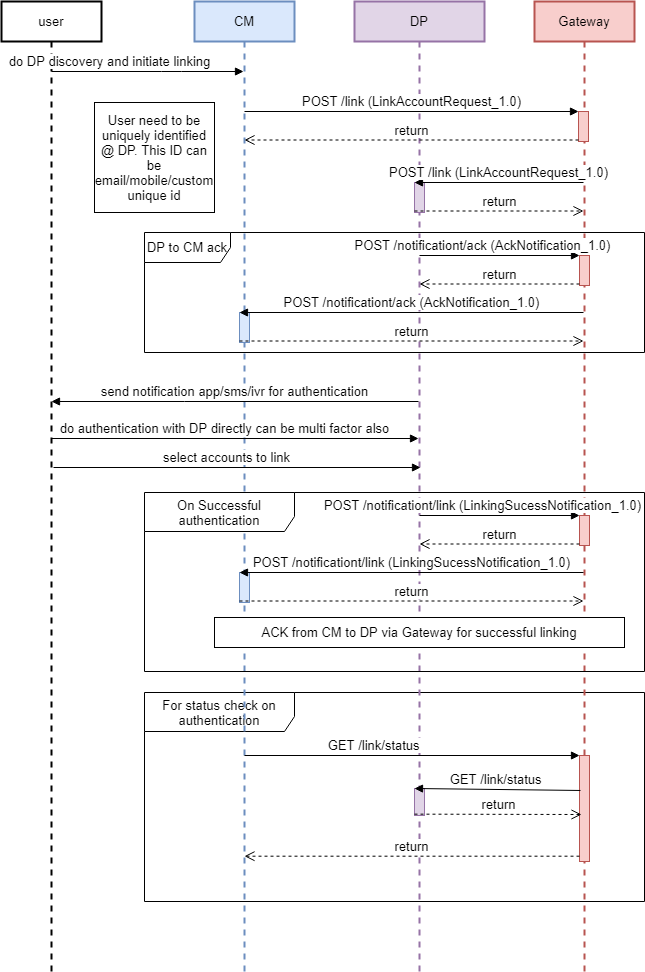
The draw.io diagram seqDiagram/accountLinking-CMSide.png in iSPIRT/DEPA, before a commit. Source tidied: cells renumbered, new cells last; positions are measured from the earlier drawing's top-left corner, leaving out a move shared by most shapes.
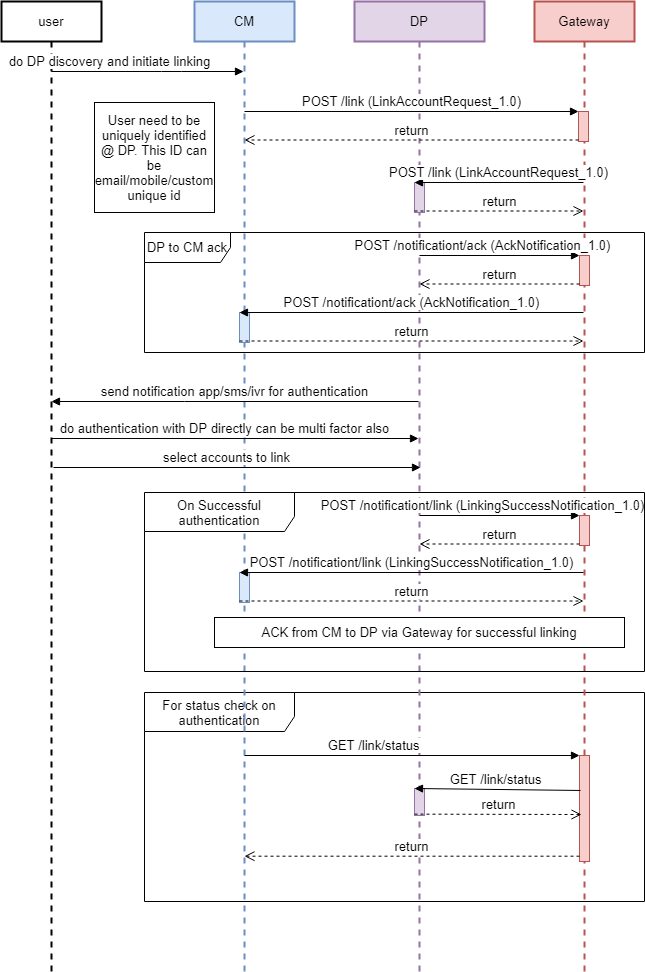
Later version of the same file.

The edit, as a diff of the source:
```diff
@@ -97,7 +97,7 @@
     <mxCell id="27" style="html=1;points=[];perimeter=orthogonalPerimeter;fillColor=#dae8fc;strokeColor=#6c8ebf;fontSize=13;" parent="1" vertex="1">
       <mxGeometry x="238" y="571" width="10" height="30" as="geometry" />
     </mxCell>
-    <mxCell id="28" value="&lt;span style=&quot;font-size: 13px&quot;&gt;POST /notificationt/link (LinkingSucessNotification_1.0)&lt;/span&gt;" style="html=1;verticalAlign=bottom;endArrow=block;entryX=0;entryY=0;fontSize=13;" parent="1" edge="1" target="27">
+    <mxCell id="28" value="&lt;span style=&quot;font-size: 13px&quot;&gt;POST /notificationt/link (LinkingSuccessNotification_1.0)&lt;/span&gt;" style="html=1;verticalAlign=bottom;endArrow=block;entryX=0;entryY=0;fontSize=13;" parent="1" edge="1" target="27">
       <mxGeometry relative="1" as="geometry">
         <mxPoint x="582" y="571" as="sourcePoint" />
       </mxGeometry>
@@ -107,7 +107,7 @@
         <mxPoint x="582" y="599.5" as="targetPoint" />
       </mxGeometry>
     </mxCell>
-    <mxCell id="30" value="&lt;span style=&quot;font-size: 13px&quot;&gt;POST /notificationt/link (LinkingSucessNotification_1.0)&lt;/span&gt;" style="html=1;verticalAlign=bottom;endArrow=block;entryX=0;entryY=0;fontSize=13;" parent="1" edge="1" target="26">
+    <mxCell id="30" value="&lt;span style=&quot;font-size: 13px&quot;&gt;POST /notificationt/link (LinkingSuccessNotification_1.0)&lt;/span&gt;" style="html=1;verticalAlign=bottom;endArrow=block;entryX=0;entryY=0;fontSize=13;" parent="1" edge="1" target="26">
       <mxGeometry x="-0.22" relative="1" as="geometry">
         <mxPoint x="418" y="514" as="sourcePoint" />
       </mxGeometry>
```
